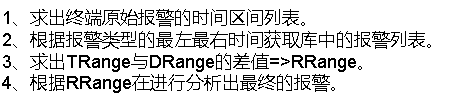
Earlier version of the draw.io export 倒退位置分析终端报警.drawio.png (xktder/draw). Source tidied: cells renumbered, new cells last; positions are measured from the earlier drawing's top-left corner, leaving out a move shared by most shapes. Its diagram source:
```xml
<mxGraphModel>
  <root>
    <mxCell id="0" />
    <mxCell id="1" parent="0" />
    <mxCell id="2" value="1、求出终端原始报警的时间区间列表。&lt;br style=&quot;font-size: 18px;&quot;&gt;2、根据报警类型的最左最右时间获取库中的报警列表。&lt;br style=&quot;font-size: 18px;&quot;&gt;3、求出TRange与DRange的差值=&amp;gt;RRange。&lt;br style=&quot;font-size: 18px;&quot;&gt;4、根据RRange在进行分析出最终的报警。" style="text;html=1;align=left;verticalAlign=middle;strokeColor=none;fillColor=none;fontSize=18;" parent="1" vertex="1">
      <mxGeometry width="470" height="100" as="geometry" />
    </mxCell>
  </root>
</mxGraphModel>
```
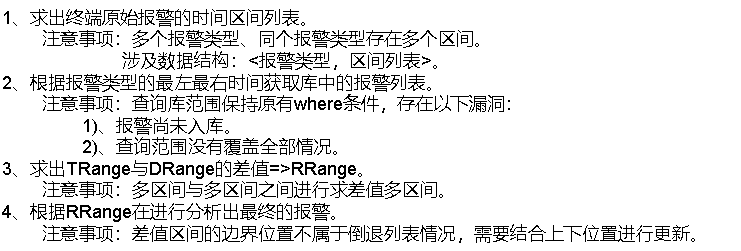
Above is the later version.

Commit message:
更新倒退位置分析终端报警.drawio.png

Change to the diagram source:
```diff
@@ -2,8 +2,8 @@
   <root>
     <mxCell id="0" />
     <mxCell id="1" parent="0" />
-    <mxCell id="2" value="1、求出终端原始报警的时间区间列表。&lt;br style=&quot;font-size: 18px;&quot;&gt;2、根据报警类型的最左最右时间获取库中的报警列表。&lt;br style=&quot;font-size: 18px;&quot;&gt;3、求出TRange与DRange的差值=&amp;gt;RRange。&lt;br style=&quot;font-size: 18px;&quot;&gt;4、根据RRange在进行分析出最终的报警。" style="text;html=1;align=left;verticalAlign=middle;strokeColor=none;fillColor=none;fontSize=18;" parent="1" vertex="1">
-      <mxGeometry width="470" height="100" as="geometry" />
+    <mxCell id="2" value="1、求出终端原始报警的时间区间列表。&lt;br&gt;&lt;span style=&quot;white-space: pre;&quot;&gt;&#9;&lt;/span&gt;注意事项：多个报警类型、同个报警类型存在多个区间。&lt;br&gt;&lt;span style=&quot;white-space: pre;&quot;&gt;&#9;&lt;span style=&quot;white-space: pre;&quot;&gt;&#9;&lt;/span&gt;&lt;span style=&quot;white-space: pre;&quot;&gt;&#9;&lt;/span&gt;涉及&lt;/span&gt;数据结构：&amp;lt;报警类型，区间列表&amp;gt;。&lt;br style=&quot;font-size: 18px;&quot;&gt;2、根据报警类型的最左最右时间获取库中的报警列表。&lt;br&gt;&lt;span style=&quot;white-space: pre;&quot;&gt;&#9;&lt;/span&gt;注意事项：查询库范围保持原有where条件，存在以下漏洞：&lt;br&gt;&lt;span style=&quot;white-space: pre;&quot;&gt;&#9;&lt;/span&gt;&lt;span style=&quot;white-space: pre;&quot;&gt;&#9;&lt;/span&gt;1)、报警尚未入库。&lt;br&gt;&lt;span style=&quot;white-space: pre;&quot;&gt;&#9;&lt;/span&gt;&lt;span style=&quot;white-space: pre;&quot;&gt;&#9;&lt;/span&gt;2)、查询范围没有覆盖全部情况。&lt;br style=&quot;font-size: 18px;&quot;&gt;3、求出TRange与DRange的差值=&amp;gt;RRange。&lt;br&gt;&lt;span style=&quot;white-space: pre;&quot;&gt;&#9;&lt;/span&gt;注意事项：多区间与多区间之间进行求差值多区间。&lt;br style=&quot;font-size: 18px;&quot;&gt;4、根据RRange在进行分析出最终的报警。&lt;br&gt;&lt;span style=&quot;white-space: pre;&quot;&gt;&#9;&lt;/span&gt;注意事项：差值区间的边界位置不属于倒退列表情况，需要结合上下位置进行更新。&lt;span style=&quot;white-space: pre;&quot;&gt;&#9;&lt;/span&gt;" style="text;html=1;align=left;verticalAlign=middle;strokeColor=none;fillColor=none;fontSize=18;" parent="1" vertex="1">
+      <mxGeometry width="740" height="250" as="geometry" />
     </mxCell>
   </root>
 </mxGraphModel>
```
